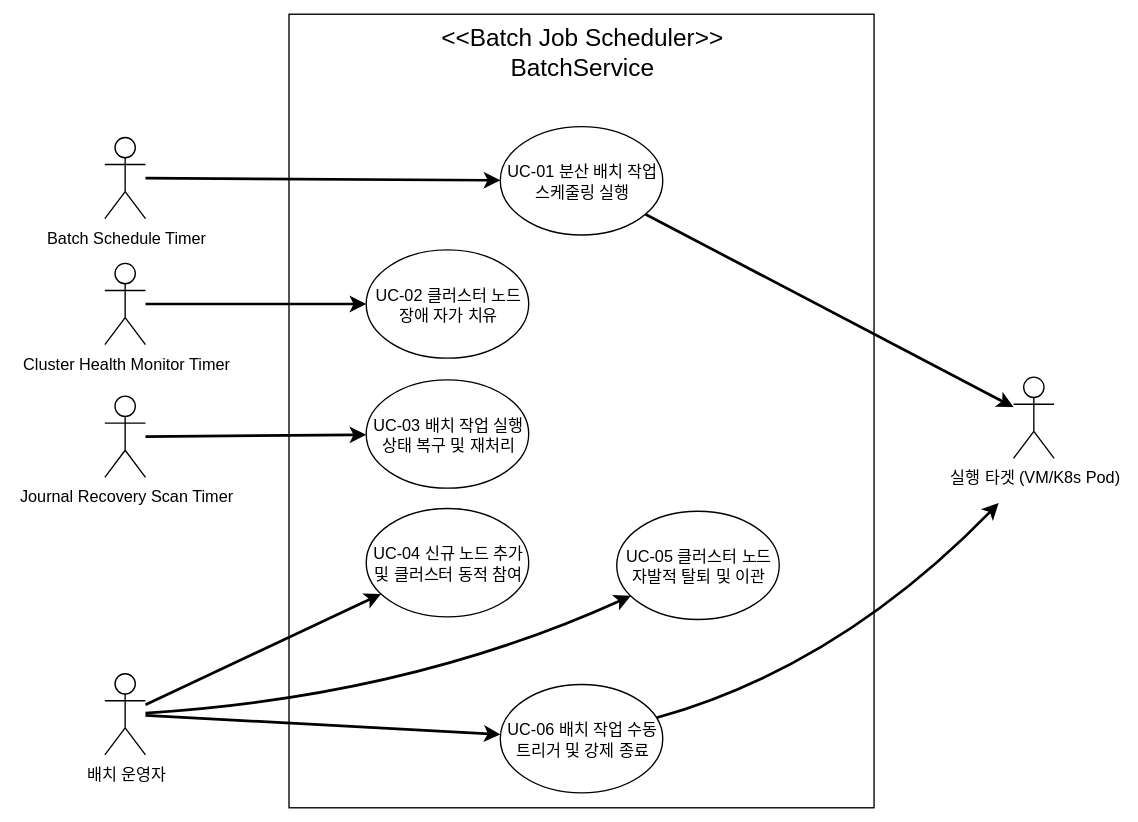
This is assets/drawio/3.1 Use Case Diagram.svg from reddiana/a-cert, a draw.io export, as it was before one commit. Source tidied: cells renumbered, new cells last; positions are measured from the earlier drawing's top-left corner, leaving out a move shared by most shapes.
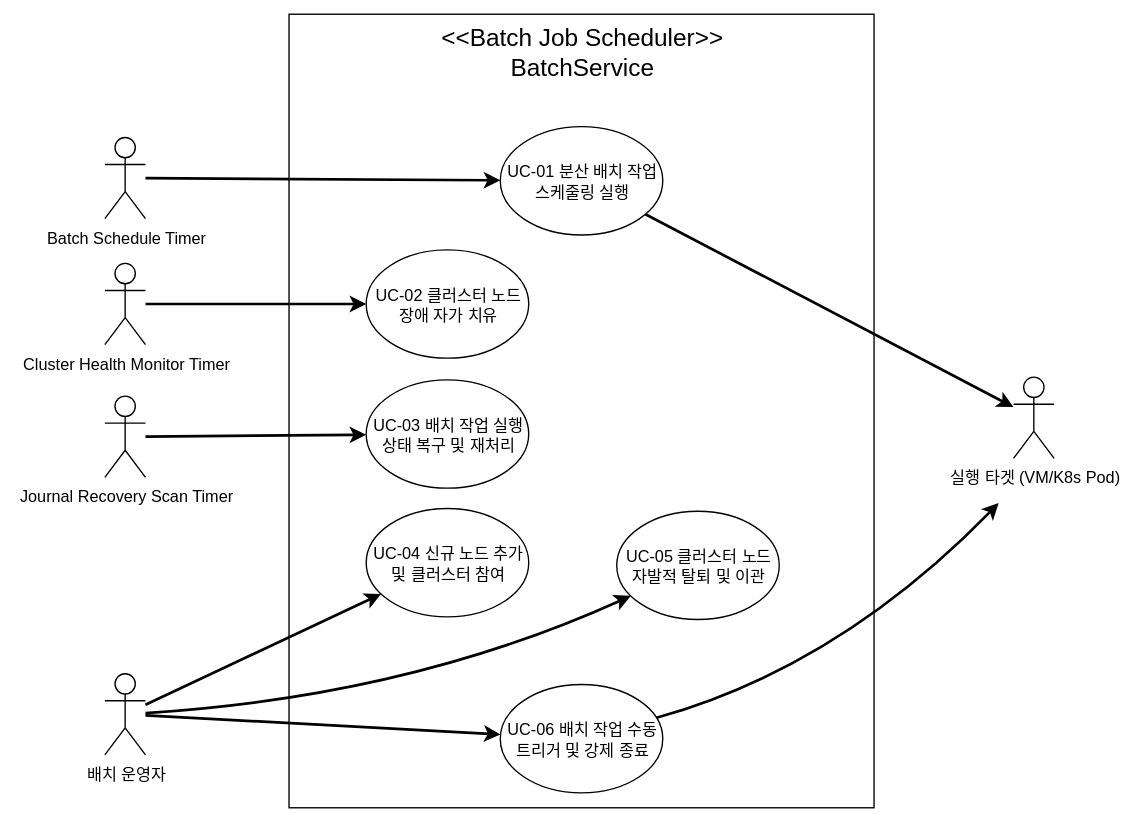
Later version of the same file.

Diff of the diagram source:
```diff
@@ -17,7 +17,7 @@
     <mxCell id="6" value="&lt;div&gt;UC-03 배치 작업 실행 상태 복구 및 재처리&lt;/div&gt;" style="ellipse;whiteSpace=wrap;html=1;" parent="1" vertex="1">
       <mxGeometry x="193" y="270" width="120" height="80" as="geometry" />
     </mxCell>
-    <mxCell id="7" value="&lt;div&gt;UC-04 신규 노드 추가 및 클러스터 동적 참여&lt;/div&gt;" style="ellipse;whiteSpace=wrap;html=1;" parent="1" vertex="1">
+    <mxCell id="7" value="&lt;div&gt;UC-04 신규 노드 추가 및 클러스터 참여&lt;/div&gt;" style="ellipse;whiteSpace=wrap;html=1;" parent="1" vertex="1">
       <mxGeometry x="193" y="365" width="120" height="80" as="geometry" />
     </mxCell>
     <mxCell id="8" value="&lt;div&gt;UC-05 클러스터 노드 자발적 탈퇴 및 이관&lt;/div&gt;" style="ellipse;whiteSpace=wrap;html=1;" parent="1" vertex="1">
```
